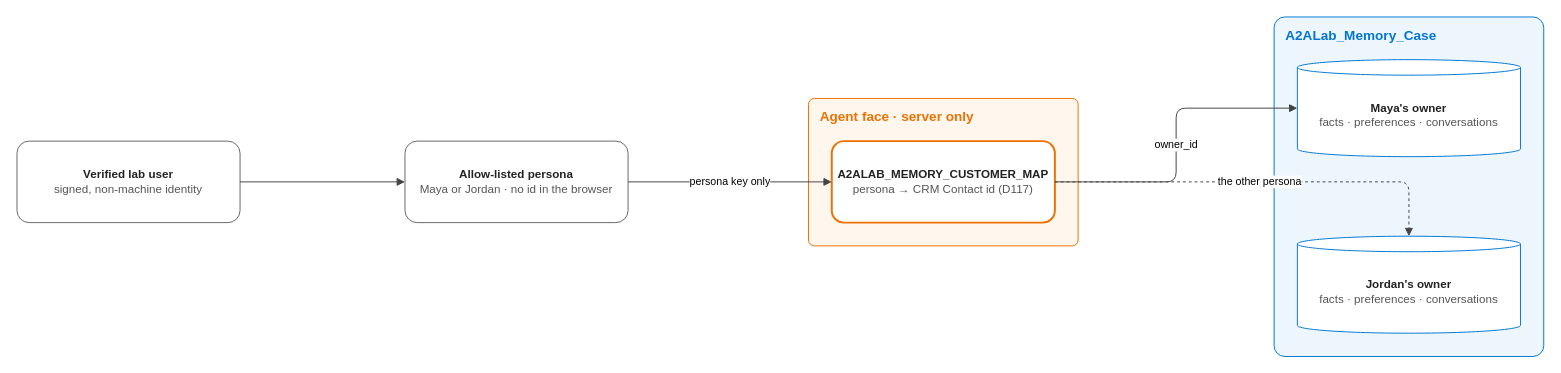
Above: docs/diagrams/memory-isolation.drawio in congmingwudi/a2a-lab (draw.io), before the change. Source tidied: cells renumbered, new cells numbered last; positions are measured from the earlier drawing's top-left corner, leaving out a move shared by most shapes. Both pictures are drawn from the tidied source at 97%, with x=0, y=0 at pixel (16, 16).
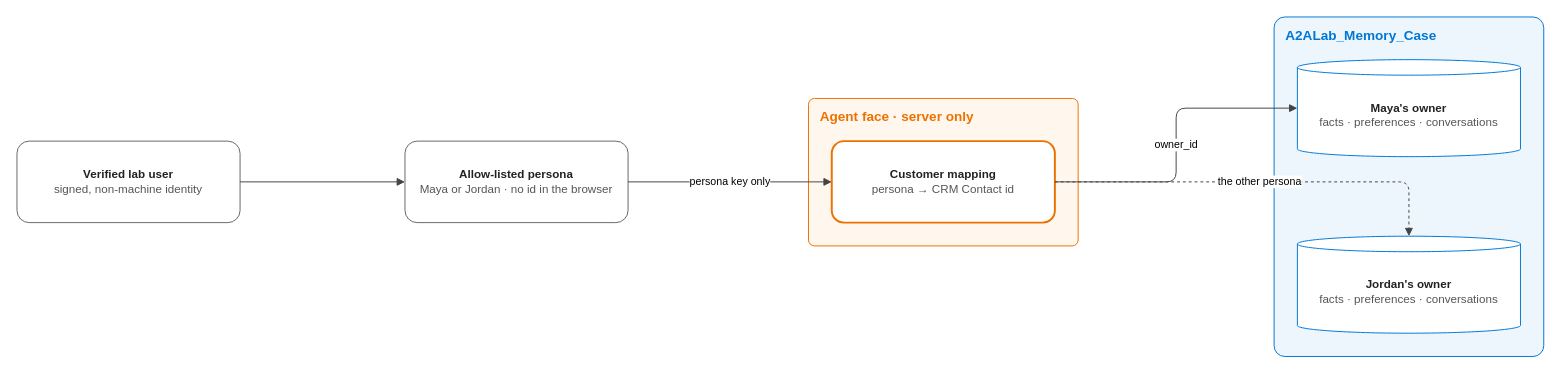
The same page after the edit.

Change to the diagram source:
```diff
@@
 <mxGraphModel>
   <root>
     <mxCell id="0" />
     <mxCell id="1" parent="0" />
     <mxCell id="2" value="Agent face · server only" style="rounded=1;arcSize=4;whiteSpace=wrap;html=1;verticalAlign=top;align=left;spacingLeft=10;spacingTop=4;fontStyle=1;fontSize=14;fontFamily=Helvetica;fontColor=#ED7100;strokeColor=#ED7100;fillColor=#FFF7EE;" parent="1" vertex="1">
       <mxGeometry x="816" y="84" width="278" height="152" as="geometry" />
     </mxCell>
     <mxCell id="3" value="A2ALab_Memory_Case" style="rounded=1;arcSize=4;whiteSpace=wrap;html=1;verticalAlign=top;align=left;spacingLeft=10;spacingTop=4;fontStyle=1;fontSize=14;fontFamily=Helvetica;fontColor=#0176D3;strokeColor=#0176D3;fillColor=#EEF6FD;" parent="1" vertex="1">
       <mxGeometry x="1296" width="278" height="350" as="geometry" />
     </mxCell>
     <mxCell id="4" value="&lt;b&gt;Verified lab user&lt;/b&gt;&lt;br&gt;&lt;font color=&quot;#555555&quot;&gt;signed, non-machine identity&lt;/font&gt;" style="rounded=1;whiteSpace=wrap;html=1;fillColor=#FFFFFF;strokeColor=#666666;fontSize=12;fontFamily=Helvetica;fontColor=#222222;" parent="1" vertex="1">
       <mxGeometry y="128" width="230" height="84" as="geometry" />
     </mxCell>
     <mxCell id="5" value="&lt;b&gt;Allow-listed persona&lt;/b&gt;&lt;br&gt;&lt;font color=&quot;#555555&quot;&gt;Maya or Jordan · no id in the browser&lt;/font&gt;" style="rounded=1;whiteSpace=wrap;html=1;fillColor=#FFFFFF;strokeColor=#666666;fontSize=12;fontFamily=Helvetica;fontColor=#222222;" parent="1" vertex="1">
       <mxGeometry x="400" y="128" width="230" height="84" as="geometry" />
     </mxCell>
-    <mxCell id="6" value="&lt;b&gt;A2ALAB_MEMORY_CUSTOMER_MAP&lt;/b&gt;&lt;br&gt;&lt;font color=&quot;#555555&quot;&gt;persona → CRM Contact id (D117)&lt;/font&gt;" style="rounded=1;whiteSpace=wrap;html=1;fillColor=#FFFFFF;strokeColor=#ED7100;strokeWidth=2;fontSize=12;fontFamily=Helvetica;fontColor=#222222;" parent="1" vertex="1">
+    <mxCell id="6" value="&lt;b&gt;Customer mapping&lt;/b&gt;&lt;br&gt;&lt;font color=&quot;#555555&quot;&gt;persona → CRM Contact id&lt;/font&gt;" style="rounded=1;whiteSpace=wrap;html=1;fillColor=#FFFFFF;strokeColor=#ED7100;strokeWidth=2;fontSize=12;fontFamily=Helvetica;fontColor=#222222;" parent="1" vertex="1">
       <mxGeometry x="840" y="128" width="230" height="84" as="geometry" />
     </mxCell>
     <mxCell id="7" value="&lt;b&gt;Maya's owner&lt;/b&gt;&lt;br&gt;&lt;font color=&quot;#555555&quot;&gt;facts · preferences · conversations&lt;/font&gt;" style="shape=cylinder3;boundedLbl=1;size=8;whiteSpace=wrap;html=1;fillColor=#FFFFFF;strokeColor=#0176D3;fontSize=12;fontFamily=Helvetica;fontColor=#222222;" parent="1" vertex="1">
       <mxGeometry x="1320" y="44" width="230" height="100" as="geometry" />
     </mxCell>
     <mxCell id="8" value="&lt;b&gt;Jordan's owner&lt;/b&gt;&lt;br&gt;&lt;font color=&quot;#555555&quot;&gt;facts · preferences · conversations&lt;/font&gt;" style="shape=cylinder3;boundedLbl=1;size=8;whiteSpace=wrap;html=1;fillColor=#FFFFFF;strokeColor=#0176D3;fontSize=12;fontFamily=Helvetica;fontColor=#222222;" parent="1" vertex="1">
       <mxGeometry x="1320" y="226" width="230" height="100" as="geometry" />
     </mxCell>
     <mxCell id="9" style="edgeStyle=orthogonalEdgeStyle;rounded=1;html=1;strokeColor=#444444;endArrow=block;endFill=1;fontSize=11;labelBackgroundColor=#FFFFFF;" parent="1" edge="1" source="4" target="5">
       <mxGeometry relative="1" as="geometry" />
     </mxCell>
     <mxCell id="10" value="persona key only" style="edgeStyle=orthogonalEdgeStyle;rounded=1;html=1;strokeColor=#444444;endArrow=block;endFill=1;fontSize=11;labelBackgroundColor=#FFFFFF;" parent="1" edge="1" source="5" target="6">
       <mxGeometry relative="1" as="geometry" />
     </mxCell>
     <mxCell id="11" value="owner_id" style="edgeStyle=orthogonalEdgeStyle;rounded=1;html=1;strokeColor=#444444;endArrow=block;endFill=1;fontSize=11;labelBackgroundColor=#FFFFFF;" parent="1" edge="1" source="6" target="7">
       <mxGeometry relative="1" as="geometry" />
     </mxCell>
     <mxCell id="12" value="the other persona" style="edgeStyle=orthogonalEdgeStyle;rounded=1;html=1;strokeColor=#444444;endArrow=block;endFill=1;fontSize=11;labelBackgroundColor=#FFFFFF;dashed=1;" parent="1" edge="1" source="6" target="8">
       <mxGeometry relative="1" as="geometry" />
     </mxCell>
   </root>
 </mxGraphModel>
```
